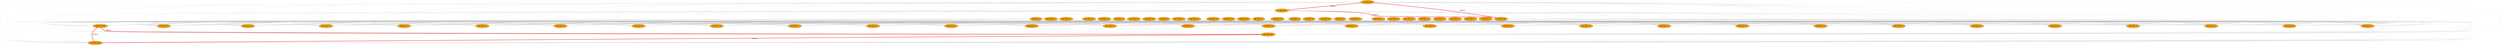
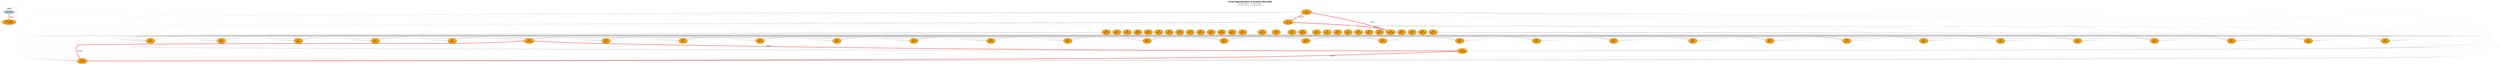
graph SystemicRisk {
+   graph [
+     label=<
+       <TABLE BORDER="0" CELLSPACING="0">
+         <TR><TD><B><FONT POINT-SIZE="18">Turán Supersaturation &amp; Systemic Risk Audit</FONT></B></TD></TR>
+         <TR><TD><FONT POINT-SIZE="12">Bipartite K(32,32) + 6 fraudulent edges</FONT></TD></TR>
+         <TR><TD><FONT POINT-SIZE="11" COLOR="gray40">Mantel Limit: ex(64, K₃) = 1024 | Risk Score: 1164</FONT></TD></TR>
+       </TABLE>
+     >
+     labelloc=t
+     fontname="Helvetica"
+   ];
  node [fontname="Helvetica", style=filled, fillcolor=lightblue];
-   0 [fillcolor=orange, label="N0 (Risk: 68)"];
-   1 [fillcolor=orange, label="N1 (Risk: 68)"];
-   2 [fillcolor=orange, label="N2 (Risk: 68)"];
-   3 [fillcolor=orange, label="N3 (Risk: 3)"];
-   4 [fillcolor=orange, label="N4 (Risk: 3)"];
-   5 [fillcolor=orange, label="N5 (Risk: 3)"];
-   6 [fillcolor=orange, label="N6 (Risk: 3)"];
-   7 [fillcolor=orange, label="N7 (Risk: 3)"];
-   8 [fillcolor=orange, label="N8 (Risk: 3)"];
-   9 [fillcolor=orange, label="N9 (Risk: 3)"];
-   10 [fillcolor=orange, label="N10 (Risk: 3)"];
-   11 [fillcolor=orange, label="N11 (Risk: 3)"];
-   12 [fillcolor=orange, label="N12 (Risk: 3)"];
-   13 [fillcolor=orange, label="N13 (Risk: 3)"];
-   14 [fillcolor=orange, label="N14 (Risk: 3)"];
-   15 [fillcolor=orange, label="N15 (Risk: 3)"];
-   16 [fillcolor=orange, label="N16 (Risk: 3)"];
-   17 [fillcolor=orange, label="N17 (Risk: 3)"];
-   18 [fillcolor=orange, label="N18 (Risk: 3)"];
-   19 [fillcolor=orange, label="N19 (Risk: 3)"];
-   20 [fillcolor=orange, label="N20 (Risk: 3)"];
-   21 [fillcolor=orange, label="N21 (Risk: 3)"];
-   22 [fillcolor=orange, label="N22 (Risk: 3)"];
-   23 [fillcolor=orange, label="N23 (Risk: 3)"];
-   24 [fillcolor=orange, label="N24 (Risk: 3)"];
-   25 [fillcolor=orange, label="N25 (Risk: 3)"];
-   26 [fillcolor=orange, label="N26 (Risk: 3)"];
-   27 [fillcolor=orange, label="N27 (Risk: 3)"];
-   28 [fillcolor=orange, label="N28 (Risk: 3)"];
-   29 [fillcolor=orange, label="N29 (Risk: 3)"];
-   30 [fillcolor=orange, label="N30 (Risk: 3)"];
-   31 [fillcolor=orange, label="N31 (Risk: 3)"];
-   32 [fillcolor=orange, label="N32 (Risk: 3)"];
-   33 [fillcolor=orange, label="N33 (Risk: 68)"];
-   34 [fillcolor=orange, label="N34 (Risk: 68)"];
-   35 [fillcolor=orange, label="N35 (Risk: 68)"];
-   36 [fillcolor=orange, label="N36 (Risk: 3)"];
-   37 [fillcolor=orange, label="N37 (Risk: 3)"];
-   38 [fillcolor=orange, label="N38 (Risk: 3)"];
-   39 [fillcolor=orange, label="N39 (Risk: 3)"];
-   40 [fillcolor=orange, label="N40 (Risk: 3)"];
-   41 [fillcolor=orange, label="N41 (Risk: 3)"];
-   42 [fillcolor=orange, label="N42 (Risk: 3)"];
-   43 [fillcolor=orange, label="N43 (Risk: 3)"];
-   44 [fillcolor=orange, label="N44 (Risk: 3)"];
-   45 [fillcolor=orange, label="N45 (Risk: 3)"];
-   46 [fillcolor=orange, label="N46 (Risk: 3)"];
-   47 [fillcolor=orange, label="N47 (Risk: 3)"];
-   48 [fillcolor=orange, label="N48 (Risk: 3)"];
-   49 [fillcolor=orange, label="N49 (Risk: 3)"];
-   50 [fillcolor=orange, label="N50 (Risk: 3)"];
-   51 [fillcolor=orange, label="N51 (Risk: 3)"];
-   52 [fillcolor=orange, label="N52 (Risk: 3)"];
-   53 [fillcolor=orange, label="N53 (Risk: 3)"];
-   54 [fillcolor=orange, label="N54 (Risk: 3)"];
-   55 [fillcolor=orange, label="N55 (Risk: 3)"];
-   56 [fillcolor=orange, label="N56 (Risk: 3)"];
-   57 [fillcolor=orange, label="N57 (Risk: 3)"];
-   58 [fillcolor=orange, label="N58 (Risk: 3)"];
-   59 [fillcolor=orange, label="N59 (Risk: 3)"];
-   60 [fillcolor=orange, label="N60 (Risk: 3)"];
-   61 [fillcolor=orange, label="N61 (Risk: 3)"];
-   62 [fillcolor=orange, label="N62 (Risk: 3)"];
-   63 [fillcolor=orange, label="N63 (Risk: 3)"];
+ 
+   subgraph cluster_legend {
+     label="Legend";
+     fontname="Helvetica";
+     style=dashed; color=gray60;
+     leg_safe [fillcolor=lightblue, label="Safe Node"];
+     leg_risk [fillcolor=orange, label="Risk Node\n(K₃ member)"];
+     leg_safe -- leg_risk [color=red, penwidth=3.0, label=" Fraud"];
+   }
+ 
+   0 [fillcolor=orange, label="N0\nRisk: 68"];
+   1 [fillcolor=orange, label="N1\nRisk: 68"];
+   2 [fillcolor=orange, label="N2\nRisk: 68"];
+   3 [fillcolor=orange, label="N3\nRisk: 3"];
+   4 [fillcolor=orange, label="N4\nRisk: 3"];
+   5 [fillcolor=orange, label="N5\nRisk: 3"];
+   6 [fillcolor=orange, label="N6\nRisk: 3"];
+   7 [fillcolor=orange, label="N7\nRisk: 3"];
+   8 [fillcolor=orange, label="N8\nRisk: 3"];
+   9 [fillcolor=orange, label="N9\nRisk: 3"];
+   10 [fillcolor=orange, label="N10\nRisk: 3"];
+   11 [fillcolor=orange, label="N11\nRisk: 3"];
+   12 [fillcolor=orange, label="N12\nRisk: 3"];
+   13 [fillcolor=orange, label="N13\nRisk: 3"];
+   14 [fillcolor=orange, label="N14\nRisk: 3"];
+   15 [fillcolor=orange, label="N15\nRisk: 3"];
+   16 [fillcolor=orange, label="N16\nRisk: 3"];
+   17 [fillcolor=orange, label="N17\nRisk: 3"];
+   18 [fillcolor=orange, label="N18\nRisk: 3"];
+   19 [fillcolor=orange, label="N19\nRisk: 3"];
+   20 [fillcolor=orange, label="N20\nRisk: 3"];
+   21 [fillcolor=orange, label="N21\nRisk: 3"];
+   22 [fillcolor=orange, label="N22\nRisk: 3"];
+   23 [fillcolor=orange, label="N23\nRisk: 3"];
+   24 [fillcolor=orange, label="N24\nRisk: 3"];
+   25 [fillcolor=orange, label="N25\nRisk: 3"];
+   26 [fillcolor=orange, label="N26\nRisk: 3"];
+   27 [fillcolor=orange, label="N27\nRisk: 3"];
+   28 [fillcolor=orange, label="N28\nRisk: 3"];
+   29 [fillcolor=orange, label="N29\nRisk: 3"];
+   30 [fillcolor=orange, label="N30\nRisk: 3"];
+   31 [fillcolor=orange, label="N31\nRisk: 3"];
+   32 [fillcolor=orange, label="N32\nRisk: 3"];
+   33 [fillcolor=orange, label="N33\nRisk: 68"];
+   34 [fillcolor=orange, label="N34\nRisk: 68"];
+   35 [fillcolor=orange, label="N35\nRisk: 68"];
+   36 [fillcolor=orange, label="N36\nRisk: 3"];
+   37 [fillcolor=orange, label="N37\nRisk: 3"];
+   38 [fillcolor=orange, label="N38\nRisk: 3"];
+   39 [fillcolor=orange, label="N39\nRisk: 3"];
+   40 [fillcolor=orange, label="N40\nRisk: 3"];
+   41 [fillcolor=orange, label="N41\nRisk: 3"];
+   42 [fillcolor=orange, label="N42\nRisk: 3"];
+   43 [fillcolor=orange, label="N43\nRisk: 3"];
+   44 [fillcolor=orange, label="N44\nRisk: 3"];
+   45 [fillcolor=orange, label="N45\nRisk: 3"];
+   46 [fillcolor=orange, label="N46\nRisk: 3"];
+   47 [fillcolor=orange, label="N47\nRisk: 3"];
+   48 [fillcolor=orange, label="N48\nRisk: 3"];
+   49 [fillcolor=orange, label="N49\nRisk: 3"];
+   50 [fillcolor=orange, label="N50\nRisk: 3"];
+   51 [fillcolor=orange, label="N51\nRisk: 3"];
+   52 [fillcolor=orange, label="N52\nRisk: 3"];
+   53 [fillcolor=orange, label="N53\nRisk: 3"];
+   54 [fillcolor=orange, label="N54\nRisk: 3"];
+   55 [fillcolor=orange, label="N55\nRisk: 3"];
+   56 [fillcolor=orange, label="N56\nRisk: 3"];
+   57 [fillcolor=orange, label="N57\nRisk: 3"];
+   58 [fillcolor=orange, label="N58\nRisk: 3"];
+   59 [fillcolor=orange, label="N59\nRisk: 3"];
+   60 [fillcolor=orange, label="N60\nRisk: 3"];
+   61 [fillcolor=orange, label="N61\nRisk: 3"];
+   62 [fillcolor=orange, label="N62\nRisk: 3"];
+   63 [fillcolor=orange, label="N63\nRisk: 3"];
  0 -- 1 [color=red, penwidth=3.0, label=" FRAUD"];
  0 -- 2 [color=red, penwidth=3.0, label=" FRAUD"];
  0 -- 32 [color=grey, penwidth=0.5];
  0 -- 33 [color=grey, penwidth=0.5];
  0 -- 34 [color=grey, penwidth=0.5];
  0 -- 35 [color=grey, penwidth=0.5];
  0 -- 36 [color=grey, penwidth=0.5];
  0 -- 37 [color=grey, penwidth=0.5];
  0 -- 38 [color=grey, penwidth=0.5];
  0 -- 39 [color=grey, penwidth=0.5];
  0 -- 40 [color=grey, penwidth=0.5];
  0 -- 41 [color=grey, penwidth=0.5];
  0 -- 42 [color=grey, penwidth=0.5];
  0 -- 43 [color=grey, penwidth=0.5];
  0 -- 44 [color=grey, penwidth=0.5];
  0 -- 45 [color=grey, penwidth=0.5];
  0 -- 46 [color=grey, penwidth=0.5];
  0 -- 47 [color=grey, penwidth=0.5];
  0 -- 48 [color=grey, penwidth=0.5];
  0 -- 49 [color=grey, penwidth=0.5];
  0 -- 50 [color=grey, penwidth=0.5];
  0 -- 51 [color=grey, penwidth=0.5];
  0 -- 52 [color=grey, penwidth=0.5];
  0 -- 53 [color=grey, penwidth=0.5];
  0 -- 54 [color=grey, penwidth=0.5];
  0 -- 55 [color=grey, penwidth=0.5];
  0 -- 56 [color=grey, penwidth=0.5];
  0 -- 57 [color=grey, penwidth=0.5];
  0 -- 58 [color=grey, penwidth=0.5];
  0 -- 59 [color=grey, penwidth=0.5];
  0 -- 60 [color=grey, penwidth=0.5];
  0 -- 61 [color=grey, penwidth=0.5];
  0 -- 62 [color=grey, penwidth=0.5];
  0 -- 63 [color=grey, penwidth=0.5];
  1 -- 2 [color=red, penwidth=3.0, label=" FRAUD"];
  1 -- 32 [color=grey, penwidth=0.5];
  1 -- 33 [color=grey, penwidth=0.5];
  1 -- 34 [color=grey, penwidth=0.5];
  1 -- 35 [color=grey, penwidth=0.5];
  1 -- 36 [color=grey, penwidth=0.5];
  1 -- 37 [color=grey, penwidth=0.5];
  1 -- 38 [color=grey, penwidth=0.5];
  1 -- 39 [color=grey, penwidth=0.5];
  1 -- 40 [color=grey, penwidth=0.5];
  1 -- 41 [color=grey, penwidth=0.5];
  1 -- 42 [color=grey, penwidth=0.5];
  1 -- 43 [color=grey, penwidth=0.5];
  1 -- 44 [color=grey, penwidth=0.5];
  1 -- 45 [color=grey, penwidth=0.5];
  1 -- 46 [color=grey, penwidth=0.5];
  1 -- 47 [color=grey, penwidth=0.5];
  1 -- 48 [color=grey, penwidth=0.5];
  1 -- 49 [color=grey, penwidth=0.5];
  1 -- 50 [color=grey, penwidth=0.5];
  1 -- 51 [color=grey, penwidth=0.5];
  1 -- 52 [color=grey, penwidth=0.5];
  1 -- 53 [color=grey, penwidth=0.5];
  1 -- 54 [color=grey, penwidth=0.5];
  1 -- 55 [color=grey, penwidth=0.5];
  1 -- 56 [color=grey, penwidth=0.5];
  1 -- 57 [color=grey, penwidth=0.5];
  1 -- 58 [color=grey, penwidth=0.5];
  1 -- 59 [color=grey, penwidth=0.5];
  1 -- 60 [color=grey, penwidth=0.5];
  1 -- 61 [color=grey, penwidth=0.5];
  1 -- 62 [color=grey, penwidth=0.5];
  1 -- 63 [color=grey, penwidth=0.5];
  2 -- 32 [color=grey, penwidth=0.5];
  2 -- 33 [color=grey, penwidth=0.5];
  2 -- 34 [color=grey, penwidth=0.5];
  2 -- 35 [color=grey, penwidth=0.5];
  2 -- 36 [color=grey, penwidth=0.5];
  2 -- 37 [color=grey, penwidth=0.5];
  2 -- 38 [color=grey, penwidth=0.5];
  2 -- 39 [color=grey, penwidth=0.5];
  2 -- 40 [color=grey, penwidth=0.5];
  2 -- 41 [color=grey, penwidth=0.5];
  2 -- 42 [color=grey, penwidth=0.5];
  2 -- 43 [color=grey, penwidth=0.5];
  2 -- 44 [color=grey, penwidth=0.5];
  2 -- 45 [color=grey, penwidth=0.5];
  2 -- 46 [color=grey, penwidth=0.5];
  2 -- 47 [color=grey, penwidth=0.5];
  2 -- 48 [color=grey, penwidth=0.5];
  2 -- 49 [color=grey, penwidth=0.5];
  2 -- 50 [color=grey, penwidth=0.5];
  2 -- 51 [color=grey, penwidth=0.5];
  2 -- 52 [color=grey, penwidth=0.5];
  2 -- 53 [color=grey, penwidth=0.5];
  2 -- 54 [color=grey, penwidth=0.5];
  2 -- 55 [color=grey, penwidth=0.5];
  2 -- 56 [color=grey, penwidth=0.5];
  2 -- 57 [color=grey, penwidth=0.5];
  2 -- 58 [color=grey, penwidth=0.5];
  2 -- 59 [color=grey, penwidth=0.5];
  2 -- 60 [color=grey, penwidth=0.5];
  2 -- 61 [color=grey, penwidth=0.5];
  2 -- 62 [color=grey, penwidth=0.5];
  2 -- 63 [color=grey, penwidth=0.5];
  3 -- 32 [color=grey, penwidth=0.5];
  3 -- 33 [color=grey, penwidth=0.5];
  3 -- 34 [color=grey, penwidth=0.5];
  3 -- 35 [color=grey, penwidth=0.5];
  3 -- 36 [color=grey, penwidth=0.5];
  3 -- 37 [color=grey, penwidth=0.5];
  3 -- 38 [color=grey, penwidth=0.5];
  3 -- 39 [color=grey, penwidth=0.5];
  3 -- 40 [color=grey, penwidth=0.5];
  3 -- 41 [color=grey, penwidth=0.5];
  3 -- 42 [color=grey, penwidth=0.5];
  3 -- 43 [color=grey, penwidth=0.5];
  3 -- 44 [color=grey, penwidth=0.5];
  3 -- 45 [color=grey, penwidth=0.5];
  3 -- 46 [color=grey, penwidth=0.5];
  3 -- 47 [color=grey, penwidth=0.5];
  3 -- 48 [color=grey, penwidth=0.5];
  3 -- 49 [color=grey, penwidth=0.5];
  3 -- 50 [color=grey, penwidth=0.5];
  3 -- 51 [color=grey, penwidth=0.5];
  3 -- 52 [color=grey, penwidth=0.5];
  3 -- 53 [color=grey, penwidth=0.5];
  3 -- 54 [color=grey, penwidth=0.5];
  3 -- 55 [color=grey, penwidth=0.5];
  3 -- 56 [color=grey, penwidth=0.5];
  3 -- 57 [color=grey, penwidth=0.5];
  3 -- 58 [color=grey, penwidth=0.5];
  3 -- 59 [color=grey, penwidth=0.5];
  3 -- 60 [color=grey, penwidth=0.5];
  3 -- 61 [color=grey, penwidth=0.5];
  3 -- 62 [color=grey, penwidth=0.5];
  3 -- 63 [color=grey, penwidth=0.5];
  4 -- 32 [color=grey, penwidth=0.5];
  4 -- 33 [color=grey, penwidth=0.5];
  4 -- 34 [color=grey, penwidth=0.5];
  4 -- 35 [color=grey, penwidth=0.5];
  4 -- 36 [color=grey, penwidth=0.5];
  4 -- 37 [color=grey, penwidth=0.5];
  4 -- 38 [color=grey, penwidth=0.5];
  4 -- 39 [color=grey, penwidth=0.5];
  4 -- 40 [color=grey, penwidth=0.5];
  4 -- 41 [color=grey, penwidth=0.5];
  4 -- 42 [color=grey, penwidth=0.5];
  4 -- 43 [color=grey, penwidth=0.5];
  4 -- 44 [color=grey, penwidth=0.5];
  4 -- 45 [color=grey, penwidth=0.5];
  4 -- 46 [color=grey, penwidth=0.5];
  4 -- 47 [color=grey, penwidth=0.5];
  4 -- 48 [color=grey, penwidth=0.5];
  4 -- 49 [color=grey, penwidth=0.5];
  4 -- 50 [color=grey, penwidth=0.5];
  4 -- 51 [color=grey, penwidth=0.5];
  4 -- 52 [color=grey, penwidth=0.5];
  4 -- 53 [color=grey, penwidth=0.5];
  4 -- 54 [color=grey, penwidth=0.5];
  4 -- 55 [color=grey, penwidth=0.5];
  4 -- 56 [color=grey, penwidth=0.5];
  4 -- 57 [color=grey, penwidth=0.5];
  4 -- 58 [color=grey, penwidth=0.5];
  4 -- 59 [color=grey, penwidth=0.5];
  4 -- 60 [color=grey, penwidth=0.5];
  4 -- 61 [color=grey, penwidth=0.5];
  4 -- 62 [color=grey, penwidth=0.5];
  4 -- 63 [color=grey, penwidth=0.5];
  5 -- 32 [color=grey, penwidth=0.5];
  5 -- 33 [color=grey, penwidth=0.5];
  5 -- 34 [color=grey, penwidth=0.5];
  5 -- 35 [color=grey, penwidth=0.5];
  5 -- 36 [color=grey, penwidth=0.5];
  5 -- 37 [color=grey, penwidth=0.5];
  5 -- 38 [color=grey, penwidth=0.5];
  5 -- 39 [color=grey, penwidth=0.5];
  5 -- 40 [color=grey, penwidth=0.5];
  5 -- 41 [color=grey, penwidth=0.5];
  5 -- 42 [color=grey, penwidth=0.5];
  5 -- 43 [color=grey, penwidth=0.5];
  5 -- 44 [color=grey, penwidth=0.5];
  5 -- 45 [color=grey, penwidth=0.5];
  5 -- 46 [color=grey, penwidth=0.5];
  5 -- 47 [color=grey, penwidth=0.5];
  5 -- 48 [color=grey, penwidth=0.5];
  5 -- 49 [color=grey, penwidth=0.5];
  5 -- 50 [color=grey, penwidth=0.5];
  5 -- 51 [color=grey, penwidth=0.5];
  5 -- 52 [color=grey, penwidth=0.5];
  5 -- 53 [color=grey, penwidth=0.5];
  5 -- 54 [color=grey, penwidth=0.5];
  5 -- 55 [color=grey, penwidth=0.5];
  5 -- 56 [color=grey, penwidth=0.5];
  5 -- 57 [color=grey, penwidth=0.5];
  5 -- 58 [color=grey, penwidth=0.5];
  5 -- 59 [color=grey, penwidth=0.5];
  5 -- 60 [color=grey, penwidth=0.5];
  5 -- 61 [color=grey, penwidth=0.5];
  5 -- 62 [color=grey, penwidth=0.5];
  5 -- 63 [color=grey, penwidth=0.5];
  6 -- 32 [color=grey, penwidth=0.5];
  6 -- 33 [color=grey, penwidth=0.5];
  6 -- 34 [color=grey, penwidth=0.5];
  6 -- 35 [color=grey, penwidth=0.5];
  6 -- 36 [color=grey, penwidth=0.5];
  6 -- 37 [color=grey, penwidth=0.5];
  6 -- 38 [color=grey, penwidth=0.5];
  6 -- 39 [color=grey, penwidth=0.5];
  6 -- 40 [color=grey, penwidth=0.5];
  6 -- 41 [color=grey, penwidth=0.5];
  6 -- 42 [color=grey, penwidth=0.5];
  6 -- 43 [color=grey, penwidth=0.5];
  6 -- 44 [color=grey, penwidth=0.5];
  6 -- 45 [color=grey, penwidth=0.5];
  6 -- 46 [color=grey, penwidth=0.5];
  6 -- 47 [color=grey, penwidth=0.5];
  6 -- 48 [color=grey, penwidth=0.5];
  6 -- 49 [color=grey, penwidth=0.5];
  6 -- 50 [color=grey, penwidth=0.5];
  6 -- 51 [color=grey, penwidth=0.5];
  6 -- 52 [color=grey, penwidth=0.5];
  6 -- 53 [color=grey, penwidth=0.5];
  6 -- 54 [color=grey, penwidth=0.5];
  6 -- 55 [color=grey, penwidth=0.5];
  6 -- 56 [color=grey, penwidth=0.5];
  6 -- 57 [color=grey, penwidth=0.5];
  6 -- 58 [color=grey, penwidth=0.5];
  6 -- 59 [color=grey, penwidth=0.5];
  6 -- 60 [color=grey, penwidth=0.5];
  6 -- 61 [color=grey, penwidth=0.5];
  6 -- 62 [color=grey, penwidth=0.5];
  6 -- 63 [color=grey, penwidth=0.5];
  7 -- 32 [color=grey, penwidth=0.5];
  7 -- 33 [color=grey, penwidth=0.5];
  7 -- 34 [color=grey, penwidth=0.5];
  7 -- 35 [color=grey, penwidth=0.5];
  7 -- 36 [color=grey, penwidth=0.5];
  7 -- 37 [color=grey, penwidth=0.5];
  7 -- 38 [color=grey, penwidth=0.5];
  7 -- 39 [color=grey, penwidth=0.5];
  7 -- 40 [color=grey, penwidth=0.5];
  7 -- 41 [color=grey, penwidth=0.5];
  7 -- 42 [color=grey, penwidth=0.5];
  7 -- 43 [color=grey, penwidth=0.5];
  7 -- 44 [color=grey, penwidth=0.5];
  7 -- 45 [color=grey, penwidth=0.5];
  7 -- 46 [color=grey, penwidth=0.5];
  7 -- 47 [color=grey, penwidth=0.5];
  7 -- 48 [color=grey, penwidth=0.5];
  7 -- 49 [color=grey, penwidth=0.5];
  7 -- 50 [color=grey, penwidth=0.5];
  7 -- 51 [color=grey, penwidth=0.5];
  7 -- 52 [color=grey, penwidth=0.5];
  7 -- 53 [color=grey, penwidth=0.5];
  7 -- 54 [color=grey, penwidth=0.5];
  7 -- 55 [color=grey, penwidth=0.5];
  7 -- 56 [color=grey, penwidth=0.5];
  7 -- 57 [color=grey, penwidth=0.5];
  7 -- 58 [color=grey, penwidth=0.5];
  7 -- 59 [color=grey, penwidth=0.5];
  7 -- 60 [color=grey, penwidth=0.5];
  7 -- 61 [color=grey, penwidth=0.5];
  7 -- 62 [color=grey, penwidth=0.5];
  7 -- 63 [color=grey, penwidth=0.5];
  8 -- 32 [color=grey, penwidth=0.5];
  8 -- 33 [color=grey, penwidth=0.5];
  8 -- 34 [color=grey, penwidth=0.5];
  8 -- 35 [color=grey, penwidth=0.5];
  8 -- 36 [color=grey, penwidth=0.5];
  8 -- 37 [color=grey, penwidth=0.5];
  8 -- 38 [color=grey, penwidth=0.5];
  8 -- 39 [color=grey, penwidth=0.5];
  8 -- 40 [color=grey, penwidth=0.5];
  8 -- 41 [color=grey, penwidth=0.5];
  8 -- 42 [color=grey, penwidth=0.5];
  8 -- 43 [color=grey, penwidth=0.5];
  8 -- 44 [color=grey, penwidth=0.5];
  8 -- 45 [color=grey, penwidth=0.5];
  8 -- 46 [color=grey, penwidth=0.5];
  8 -- 47 [color=grey, penwidth=0.5];
  8 -- 48 [color=grey, penwidth=0.5];
  8 -- 49 [color=grey, penwidth=0.5];
  8 -- 50 [color=grey, penwidth=0.5];
  8 -- 51 [color=grey, penwidth=0.5];
  8 -- 52 [color=grey, penwidth=0.5];
  8 -- 53 [color=grey, penwidth=0.5];
  8 -- 54 [color=grey, penwidth=0.5];
  8 -- 55 [color=grey, penwidth=0.5];
  8 -- 56 [color=grey, penwidth=0.5];
  8 -- 57 [color=grey, penwidth=0.5];
  8 -- 58 [color=grey, penwidth=0.5];
  8 -- 59 [color=grey, penwidth=0.5];
  8 -- 60 [color=grey, penwidth=0.5];
  8 -- 61 [color=grey, penwidth=0.5];
  8 -- 62 [color=grey, penwidth=0.5];
  8 -- 63 [color=grey, penwidth=0.5];
  9 -- 32 [color=grey, penwidth=0.5];
  9 -- 33 [color=grey, penwidth=0.5];
  9 -- 34 [color=grey, penwidth=0.5];
  9 -- 35 [color=grey, penwidth=0.5];
  9 -- 36 [color=grey, penwidth=0.5];
  9 -- 37 [color=grey, penwidth=0.5];
  9 -- 38 [color=grey, penwidth=0.5];
  9 -- 39 [color=grey, penwidth=0.5];
  9 -- 40 [color=grey, penwidth=0.5];
  9 -- 41 [color=grey, penwidth=0.5];
  9 -- 42 [color=grey, penwidth=0.5];
  9 -- 43 [color=grey, penwidth=0.5];
  9 -- 44 [color=grey, penwidth=0.5];
  9 -- 45 [color=grey, penwidth=0.5];
  9 -- 46 [color=grey, penwidth=0.5];
  9 -- 47 [color=grey, penwidth=0.5];
  9 -- 48 [color=grey, penwidth=0.5];
  9 -- 49 [color=grey, penwidth=0.5];
  9 -- 50 [color=grey, penwidth=0.5];
  9 -- 51 [color=grey, penwidth=0.5];
  9 -- 52 [color=grey, penwidth=0.5];
  9 -- 53 [color=grey, penwidth=0.5];
  9 -- 54 [color=grey, penwidth=0.5];
  9 -- 55 [color=grey, penwidth=0.5];
  9 -- 56 [color=grey, penwidth=0.5];
  9 -- 57 [color=grey, penwidth=0.5];
  9 -- 58 [color=grey, penwidth=0.5];
  9 -- 59 [color=grey, penwidth=0.5];
  9 -- 60 [color=grey, penwidth=0.5];
  9 -- 61 [color=grey, penwidth=0.5];
  9 -- 62 [color=grey, penwidth=0.5];
  9 -- 63 [color=grey, penwidth=0.5];
  10 -- 32 [color=grey, penwidth=0.5];
  10 -- 33 [color=grey, penwidth=0.5];
  10 -- 34 [color=grey, penwidth=0.5];
  10 -- 35 [color=grey, penwidth=0.5];
  10 -- 36 [color=grey, penwidth=0.5];
  10 -- 37 [color=grey, penwidth=0.5];
  10 -- 38 [color=grey, penwidth=0.5];
  10 -- 39 [color=grey, penwidth=0.5];
  10 -- 40 [color=grey, penwidth=0.5];
  10 -- 41 [color=grey, penwidth=0.5];
  10 -- 42 [color=grey, penwidth=0.5];
  10 -- 43 [color=grey, penwidth=0.5];
  10 -- 44 [color=grey, penwidth=0.5];
  10 -- 45 [color=grey, penwidth=0.5];
  10 -- 46 [color=grey, penwidth=0.5];
  10 -- 47 [color=grey, penwidth=0.5];
  10 -- 48 [color=grey, penwidth=0.5];
  10 -- 49 [color=grey, penwidth=0.5];
  10 -- 50 [color=grey, penwidth=0.5];
  10 -- 51 [color=grey, penwidth=0.5];
  10 -- 52 [color=grey, penwidth=0.5];
  10 -- 53 [color=grey, penwidth=0.5];
  10 -- 54 [color=grey, penwidth=0.5];
  10 -- 55 [color=grey, penwidth=0.5];
  10 -- 56 [color=grey, penwidth=0.5];
  10 -- 57 [color=grey, penwidth=0.5];
  10 -- 58 [color=grey, penwidth=0.5];
  10 -- 59 [color=grey, penwidth=0.5];
  10 -- 60 [color=grey, penwidth=0.5];
  10 -- 61 [color=grey, penwidth=0.5];
  10 -- 62 [color=grey, penwidth=0.5];
  10 -- 63 [color=grey, penwidth=0.5];
  11 -- 32 [color=grey, penwidth=0.5];
  11 -- 33 [color=grey, penwidth=0.5];
  11 -- 34 [color=grey, penwidth=0.5];
  11 -- 35 [color=grey, penwidth=0.5];
  11 -- 36 [color=grey, penwidth=0.5];
  11 -- 37 [color=grey, penwidth=0.5];
  11 -- 38 [color=grey, penwidth=0.5];
  11 -- 39 [color=grey, penwidth=0.5];
  11 -- 40 [color=grey, penwidth=0.5];
  11 -- 41 [color=grey, penwidth=0.5];
  11 -- 42 [color=grey, penwidth=0.5];
  11 -- 43 [color=grey, penwidth=0.5];
  11 -- 44 [color=grey, penwidth=0.5];
  11 -- 45 [color=grey, penwidth=0.5];
  11 -- 46 [color=grey, penwidth=0.5];
  11 -- 47 [color=grey, penwidth=0.5];
  11 -- 48 [color=grey, penwidth=0.5];
  11 -- 49 [color=grey, penwidth=0.5];
  11 -- 50 [color=grey, penwidth=0.5];
  11 -- 51 [color=grey, penwidth=0.5];
  11 -- 52 [color=grey, penwidth=0.5];
  11 -- 53 [color=grey, penwidth=0.5];
  11 -- 54 [color=grey, penwidth=0.5];
  11 -- 55 [color=grey, penwidth=0.5];
  11 -- 56 [color=grey, penwidth=0.5];
  11 -- 57 [color=grey, penwidth=0.5];
  11 -- 58 [color=grey, penwidth=0.5];
  11 -- 59 [color=grey, penwidth=0.5];
  11 -- 60 [color=grey, penwidth=0.5];
  11 -- 61 [color=grey, penwidth=0.5];
  11 -- 62 [color=grey, penwidth=0.5];
  11 -- 63 [color=grey, penwidth=0.5];
  12 -- 32 [color=grey, penwidth=0.5];
  12 -- 33 [color=grey, penwidth=0.5];
  12 -- 34 [color=grey, penwidth=0.5];
  12 -- 35 [color=grey, penwidth=0.5];
  12 -- 36 [color=grey, penwidth=0.5];
  12 -- 37 [color=grey, penwidth=0.5];
  12 -- 38 [color=grey, penwidth=0.5];
  12 -- 39 [color=grey, penwidth=0.5];
  12 -- 40 [color=grey, penwidth=0.5];
  12 -- 41 [color=grey, penwidth=0.5];
  12 -- 42 [color=grey, penwidth=0.5];
  12 -- 43 [color=grey, penwidth=0.5];
  12 -- 44 [color=grey, penwidth=0.5];
  12 -- 45 [color=grey, penwidth=0.5];
  12 -- 46 [color=grey, penwidth=0.5];
  12 -- 47 [color=grey, penwidth=0.5];
  12 -- 48 [color=grey, penwidth=0.5];
  12 -- 49 [color=grey, penwidth=0.5];
  12 -- 50 [color=grey, penwidth=0.5];
  12 -- 51 [color=grey, penwidth=0.5];
  12 -- 52 [color=grey, penwidth=0.5];
  12 -- 53 [color=grey, penwidth=0.5];
  12 -- 54 [color=grey, penwidth=0.5];
  12 -- 55 [color=grey, penwidth=0.5];
  12 -- 56 [color=grey, penwidth=0.5];
  12 -- 57 [color=grey, penwidth=0.5];
  12 -- 58 [color=grey, penwidth=0.5];
  12 -- 59 [color=grey, penwidth=0.5];
  12 -- 60 [color=grey, penwidth=0.5];
  12 -- 61 [color=grey, penwidth=0.5];
  12 -- 62 [color=grey, penwidth=0.5];
  12 -- 63 [color=grey, penwidth=0.5];
  13 -- 32 [color=grey, penwidth=0.5];
  13 -- 33 [color=grey, penwidth=0.5];
  13 -- 34 [color=grey, penwidth=0.5];
  13 -- 35 [color=grey, penwidth=0.5];
  13 -- 36 [color=grey, penwidth=0.5];
  13 -- 37 [color=grey, penwidth=0.5];
  13 -- 38 [color=grey, penwidth=0.5];
  13 -- 39 [color=grey, penwidth=0.5];
  13 -- 40 [color=grey, penwidth=0.5];
  13 -- 41 [color=grey, penwidth=0.5];
  13 -- 42 [color=grey, penwidth=0.5];
  13 -- 43 [color=grey, penwidth=0.5];
  13 -- 44 [color=grey, penwidth=0.5];
  13 -- 45 [color=grey, penwidth=0.5];
  13 -- 46 [color=grey, penwidth=0.5];
  13 -- 47 [color=grey, penwidth=0.5];
  13 -- 48 [color=grey, penwidth=0.5];
  13 -- 49 [color=grey, penwidth=0.5];
  13 -- 50 [color=grey, penwidth=0.5];
  13 -- 51 [color=grey, penwidth=0.5];
  13 -- 52 [color=grey, penwidth=0.5];
  13 -- 53 [color=grey, penwidth=0.5];
  13 -- 54 [color=grey, penwidth=0.5];
  13 -- 55 [color=grey, penwidth=0.5];
  13 -- 56 [color=grey, penwidth=0.5];
  13 -- 57 [color=grey, penwidth=0.5];
  13 -- 58 [color=grey, penwidth=0.5];
  13 -- 59 [color=grey, penwidth=0.5];
  13 -- 60 [color=grey, penwidth=0.5];
  13 -- 61 [color=grey, penwidth=0.5];
  13 -- 62 [color=grey, penwidth=0.5];
  13 -- 63 [color=grey, penwidth=0.5];
  14 -- 32 [color=grey, penwidth=0.5];
  14 -- 33 [color=grey, penwidth=0.5];
  14 -- 34 [color=grey, penwidth=0.5];
  14 -- 35 [color=grey, penwidth=0.5];
  14 -- 36 [color=grey, penwidth=0.5];
  14 -- 37 [color=grey, penwidth=0.5];
  14 -- 38 [color=grey, penwidth=0.5];
  14 -- 39 [color=grey, penwidth=0.5];
  14 -- 40 [color=grey, penwidth=0.5];
  14 -- 41 [color=grey, penwidth=0.5];
  14 -- 42 [color=grey, penwidth=0.5];
  14 -- 43 [color=grey, penwidth=0.5];
  14 -- 44 [color=grey, penwidth=0.5];
  14 -- 45 [color=grey, penwidth=0.5];
  14 -- 46 [color=grey, penwidth=0.5];
  14 -- 47 [color=grey, penwidth=0.5];
  14 -- 48 [color=grey, penwidth=0.5];
  14 -- 49 [color=grey, penwidth=0.5];
  14 -- 50 [color=grey, penwidth=0.5];
  14 -- 51 [color=grey, penwidth=0.5];
  14 -- 52 [color=grey, penwidth=0.5];
  14 -- 53 [color=grey, penwidth=0.5];
  14 -- 54 [color=grey, penwidth=0.5];
  14 -- 55 [color=grey, penwidth=0.5];
  14 -- 56 [color=grey, penwidth=0.5];
  14 -- 57 [color=grey, penwidth=0.5];
  14 -- 58 [color=grey, penwidth=0.5];
  14 -- 59 [color=grey, penwidth=0.5];
  14 -- 60 [color=grey, penwidth=0.5];
  14 -- 61 [color=grey, penwidth=0.5];
  14 -- 62 [color=grey, penwidth=0.5];
  14 -- 63 [color=grey, penwidth=0.5];
  15 -- 32 [color=grey, penwidth=0.5];
  15 -- 33 [color=grey, penwidth=0.5];
  15 -- 34 [color=grey, penwidth=0.5];
  15 -- 35 [color=grey, penwidth=0.5];
  15 -- 36 [color=grey, penwidth=0.5];
  15 -- 37 [color=grey, penwidth=0.5];
  15 -- 38 [color=grey, penwidth=0.5];
  15 -- 39 [color=grey, penwidth=0.5];
  15 -- 40 [color=grey, penwidth=0.5];
  15 -- 41 [color=grey, penwidth=0.5];
  15 -- 42 [color=grey, penwidth=0.5];
  15 -- 43 [color=grey, penwidth=0.5];
  15 -- 44 [color=grey, penwidth=0.5];
  15 -- 45 [color=grey, penwidth=0.5];
  15 -- 46 [color=grey, penwidth=0.5];
  15 -- 47 [color=grey, penwidth=0.5];
  15 -- 48 [color=grey, penwidth=0.5];
  15 -- 49 [color=grey, penwidth=0.5];
  15 -- 50 [color=grey, penwidth=0.5];
  15 -- 51 [color=grey, penwidth=0.5];
  15 -- 52 [color=grey, penwidth=0.5];
  15 -- 53 [color=grey, penwidth=0.5];
  15 -- 54 [color=grey, penwidth=0.5];
  15 -- 55 [color=grey, penwidth=0.5];
  15 -- 56 [color=grey, penwidth=0.5];
  15 -- 57 [color=grey, penwidth=0.5];
  15 -- 58 [color=grey, penwidth=0.5];
  15 -- 59 [color=grey, penwidth=0.5];
  15 -- 60 [color=grey, penwidth=0.5];
  15 -- 61 [color=grey, penwidth=0.5];
  15 -- 62 [color=grey, penwidth=0.5];
  15 -- 63 [color=grey, penwidth=0.5];
  16 -- 32 [color=grey, penwidth=0.5];
  16 -- 33 [color=grey, penwidth=0.5];
  16 -- 34 [color=grey, penwidth=0.5];
  16 -- 35 [color=grey, penwidth=0.5];
  16 -- 36 [color=grey, penwidth=0.5];
  16 -- 37 [color=grey, penwidth=0.5];
  16 -- 38 [color=grey, penwidth=0.5];
  16 -- 39 [color=grey, penwidth=0.5];
  16 -- 40 [color=grey, penwidth=0.5];
  16 -- 41 [color=grey, penwidth=0.5];
  16 -- 42 [color=grey, penwidth=0.5];
  16 -- 43 [color=grey, penwidth=0.5];
  16 -- 44 [color=grey, penwidth=0.5];
  16 -- 45 [color=grey, penwidth=0.5];
  16 -- 46 [color=grey, penwidth=0.5];
  16 -- 47 [color=grey, penwidth=0.5];
  16 -- 48 [color=grey, penwidth=0.5];
  16 -- 49 [color=grey, penwidth=0.5];
  16 -- 50 [color=grey, penwidth=0.5];
  16 -- 51 [color=grey, penwidth=0.5];
  16 -- 52 [color=grey, penwidth=0.5];
  16 -- 53 [color=grey, penwidth=0.5];
  16 -- 54 [color=grey, penwidth=0.5];
  16 -- 55 [color=grey, penwidth=0.5];
  16 -- 56 [color=grey, penwidth=0.5];
  16 -- 57 [color=grey, penwidth=0.5];
  16 -- 58 [color=grey, penwidth=0.5];
  16 -- 59 [color=grey, penwidth=0.5];
  16 -- 60 [color=grey, penwidth=0.5];
  16 -- 61 [color=grey, penwidth=0.5];
  16 -- 62 [color=grey, penwidth=0.5];
  16 -- 63 [color=grey, penwidth=0.5];
  17 -- 32 [color=grey, penwidth=0.5];
  17 -- 33 [color=grey, penwidth=0.5];
  17 -- 34 [color=grey, penwidth=0.5];
  17 -- 35 [color=grey, penwidth=0.5];
  17 -- 36 [color=grey, penwidth=0.5];
  17 -- 37 [color=grey, penwidth=0.5];
  17 -- 38 [color=grey, penwidth=0.5];
  17 -- 39 [color=grey, penwidth=0.5];
  17 -- 40 [color=grey, penwidth=0.5];
  17 -- 41 [color=grey, penwidth=0.5];
  17 -- 42 [color=grey, penwidth=0.5];
  17 -- 43 [color=grey, penwidth=0.5];
  17 -- 44 [color=grey, penwidth=0.5];
  17 -- 45 [color=grey, penwidth=0.5];
  17 -- 46 [color=grey, penwidth=0.5];
  17 -- 47 [color=grey, penwidth=0.5];
  17 -- 48 [color=grey, penwidth=0.5];
  17 -- 49 [color=grey, penwidth=0.5];
  17 -- 50 [color=grey, penwidth=0.5];
  17 -- 51 [color=grey, penwidth=0.5];
  17 -- 52 [color=grey, penwidth=0.5];
  17 -- 53 [color=grey, penwidth=0.5];
  17 -- 54 [color=grey, penwidth=0.5];
  17 -- 55 [color=grey, penwidth=0.5];
  17 -- 56 [color=grey, penwidth=0.5];
  17 -- 57 [color=grey, penwidth=0.5];
  17 -- 58 [color=grey, penwidth=0.5];
  17 -- 59 [color=grey, penwidth=0.5];
  17 -- 60 [color=grey, penwidth=0.5];
  17 -- 61 [color=grey, penwidth=0.5];
  17 -- 62 [color=grey, penwidth=0.5];
  17 -- 63 [color=grey, penwidth=0.5];
  18 -- 32 [color=grey, penwidth=0.5];
  18 -- 33 [color=grey, penwidth=0.5];
  18 -- 34 [color=grey, penwidth=0.5];
  18 -- 35 [color=grey, penwidth=0.5];
  18 -- 36 [color=grey, penwidth=0.5];
  18 -- 37 [color=grey, penwidth=0.5];
  18 -- 38 [color=grey, penwidth=0.5];
  18 -- 39 [color=grey, penwidth=0.5];
  18 -- 40 [color=grey, penwidth=0.5];
  18 -- 41 [color=grey, penwidth=0.5];
  18 -- 42 [color=grey, penwidth=0.5];
  18 -- 43 [color=grey, penwidth=0.5];
  18 -- 44 [color=grey, penwidth=0.5];
  18 -- 45 [color=grey, penwidth=0.5];
  18 -- 46 [color=grey, penwidth=0.5];
  18 -- 47 [color=grey, penwidth=0.5];
  18 -- 48 [color=grey, penwidth=0.5];
  18 -- 49 [color=grey, penwidth=0.5];
  18 -- 50 [color=grey, penwidth=0.5];
  18 -- 51 [color=grey, penwidth=0.5];
  18 -- 52 [color=grey, penwidth=0.5];
  18 -- 53 [color=grey, penwidth=0.5];
  18 -- 54 [color=grey, penwidth=0.5];
  18 -- 55 [color=grey, penwidth=0.5];
  18 -- 56 [color=grey, penwidth=0.5];
  18 -- 57 [color=grey, penwidth=0.5];
  18 -- 58 [color=grey, penwidth=0.5];
  18 -- 59 [color=grey, penwidth=0.5];
  18 -- 60 [color=grey, penwidth=0.5];
  18 -- 61 [color=grey, penwidth=0.5];
  18 -- 62 [color=grey, penwidth=0.5];
  18 -- 63 [color=grey, penwidth=0.5];
  19 -- 32 [color=grey, penwidth=0.5];
  19 -- 33 [color=grey, penwidth=0.5];
  19 -- 34 [color=grey, penwidth=0.5];
  19 -- 35 [color=grey, penwidth=0.5];
  19 -- 36 [color=grey, penwidth=0.5];
  19 -- 37 [color=grey, penwidth=0.5];
  19 -- 38 [color=grey, penwidth=0.5];
  19 -- 39 [color=grey, penwidth=0.5];
  19 -- 40 [color=grey, penwidth=0.5];
  19 -- 41 [color=grey, penwidth=0.5];
  19 -- 42 [color=grey, penwidth=0.5];
  19 -- 43 [color=grey, penwidth=0.5];
  19 -- 44 [color=grey, penwidth=0.5];
  19 -- 45 [color=grey, penwidth=0.5];
  19 -- 46 [color=grey, penwidth=0.5];
  19 -- 47 [color=grey, penwidth=0.5];
  19 -- 48 [color=grey, penwidth=0.5];
  19 -- 49 [color=grey, penwidth=0.5];
  19 -- 50 [color=grey, penwidth=0.5];
  19 -- 51 [color=grey, penwidth=0.5];
  19 -- 52 [color=grey, penwidth=0.5];
  19 -- 53 [color=grey, penwidth=0.5];
  19 -- 54 [color=grey, penwidth=0.5];
  19 -- 55 [color=grey, penwidth=0.5];
  19 -- 56 [color=grey, penwidth=0.5];
  19 -- 57 [color=grey, penwidth=0.5];
  19 -- 58 [color=grey, penwidth=0.5];
  19 -- 59 [color=grey, penwidth=0.5];
  19 -- 60 [color=grey, penwidth=0.5];
  19 -- 61 [color=grey, penwidth=0.5];
  19 -- 62 [color=grey, penwidth=0.5];
  19 -- 63 [color=grey, penwidth=0.5];
  20 -- 32 [color=grey, penwidth=0.5];
  20 -- 33 [color=grey, penwidth=0.5];
  20 -- 34 [color=grey, penwidth=0.5];
  20 -- 35 [color=grey, penwidth=0.5];
  20 -- 36 [color=grey, penwidth=0.5];
  20 -- 37 [color=grey, penwidth=0.5];
  20 -- 38 [color=grey, penwidth=0.5];
  20 -- 39 [color=grey, penwidth=0.5];
  20 -- 40 [color=grey, penwidth=0.5];
  20 -- 41 [color=grey, penwidth=0.5];
  20 -- 42 [color=grey, penwidth=0.5];
  20 -- 43 [color=grey, penwidth=0.5];
  20 -- 44 [color=grey, penwidth=0.5];
  20 -- 45 [color=grey, penwidth=0.5];
  20 -- 46 [color=grey, penwidth=0.5];
  20 -- 47 [color=grey, penwidth=0.5];
  20 -- 48 [color=grey, penwidth=0.5];
  20 -- 49 [color=grey, penwidth=0.5];
  20 -- 50 [color=grey, penwidth=0.5];
  20 -- 51 [color=grey, penwidth=0.5];
  20 -- 52 [color=grey, penwidth=0.5];
  20 -- 53 [color=grey, penwidth=0.5];
  20 -- 54 [color=grey, penwidth=0.5];
  20 -- 55 [color=grey, penwidth=0.5];
  20 -- 56 [color=grey, penwidth=0.5];
  20 -- 57 [color=grey, penwidth=0.5];
  20 -- 58 [color=grey, penwidth=0.5];
  20 -- 59 [color=grey, penwidth=0.5];
  20 -- 60 [color=grey, penwidth=0.5];
  20 -- 61 [color=grey, penwidth=0.5];
  20 -- 62 [color=grey, penwidth=0.5];
  20 -- 63 [color=grey, penwidth=0.5];
  21 -- 32 [color=grey, penwidth=0.5];
  21 -- 33 [color=grey, penwidth=0.5];
  21 -- 34 [color=grey, penwidth=0.5];
  21 -- 35 [color=grey, penwidth=0.5];
  21 -- 36 [color=grey, penwidth=0.5];
  21 -- 37 [color=grey, penwidth=0.5];
  21 -- 38 [color=grey, penwidth=0.5];
  21 -- 39 [color=grey, penwidth=0.5];
  21 -- 40 [color=grey, penwidth=0.5];
  21 -- 41 [color=grey, penwidth=0.5];
  21 -- 42 [color=grey, penwidth=0.5];
  21 -- 43 [color=grey, penwidth=0.5];
  21 -- 44 [color=grey, penwidth=0.5];
  21 -- 45 [color=grey, penwidth=0.5];
  21 -- 46 [color=grey, penwidth=0.5];
  21 -- 47 [color=grey, penwidth=0.5];
  21 -- 48 [color=grey, penwidth=0.5];
  21 -- 49 [color=grey, penwidth=0.5];
  21 -- 50 [color=grey, penwidth=0.5];
  21 -- 51 [color=grey, penwidth=0.5];
  21 -- 52 [color=grey, penwidth=0.5];
  21 -- 53 [color=grey, penwidth=0.5];
  21 -- 54 [color=grey, penwidth=0.5];
  21 -- 55 [color=grey, penwidth=0.5];
  21 -- 56 [color=grey, penwidth=0.5];
  21 -- 57 [color=grey, penwidth=0.5];
  21 -- 58 [color=grey, penwidth=0.5];
  21 -- 59 [color=grey, penwidth=0.5];
  21 -- 60 [color=grey, penwidth=0.5];
  21 -- 61 [color=grey, penwidth=0.5];
  21 -- 62 [color=grey, penwidth=0.5];
  21 -- 63 [color=grey, penwidth=0.5];
  22 -- 32 [color=grey, penwidth=0.5];
  22 -- 33 [color=grey, penwidth=0.5];
  22 -- 34 [color=grey, penwidth=0.5];
  22 -- 35 [color=grey, penwidth=0.5];
  22 -- 36 [color=grey, penwidth=0.5];
  22 -- 37 [color=grey, penwidth=0.5];
  22 -- 38 [color=grey, penwidth=0.5];
  22 -- 39 [color=grey, penwidth=0.5];
  22 -- 40 [color=grey, penwidth=0.5];
  22 -- 41 [color=grey, penwidth=0.5];
  22 -- 42 [color=grey, penwidth=0.5];
  22 -- 43 [color=grey, penwidth=0.5];
  22 -- 44 [color=grey, penwidth=0.5];
  22 -- 45 [color=grey, penwidth=0.5];
  22 -- 46 [color=grey, penwidth=0.5];
  22 -- 47 [color=grey, penwidth=0.5];
  22 -- 48 [color=grey, penwidth=0.5];
  22 -- 49 [color=grey, penwidth=0.5];
  22 -- 50 [color=grey, penwidth=0.5];
  22 -- 51 [color=grey, penwidth=0.5];
  22 -- 52 [color=grey, penwidth=0.5];
  22 -- 53 [color=grey, penwidth=0.5];
  22 -- 54 [color=grey, penwidth=0.5];
  22 -- 55 [color=grey, penwidth=0.5];
  22 -- 56 [color=grey, penwidth=0.5];
  22 -- 57 [color=grey, penwidth=0.5];
  22 -- 58 [color=grey, penwidth=0.5];
  22 -- 59 [color=grey, penwidth=0.5];
  22 -- 60 [color=grey, penwidth=0.5];
  22 -- 61 [color=grey, penwidth=0.5];
  22 -- 62 [color=grey, penwidth=0.5];
  22 -- 63 [color=grey, penwidth=0.5];
  23 -- 32 [color=grey, penwidth=0.5];
  23 -- 33 [color=grey, penwidth=0.5];
  23 -- 34 [color=grey, penwidth=0.5];
  23 -- 35 [color=grey, penwidth=0.5];
  23 -- 36 [color=grey, penwidth=0.5];
  23 -- 37 [color=grey, penwidth=0.5];
  23 -- 38 [color=grey, penwidth=0.5];
  23 -- 39 [color=grey, penwidth=0.5];
  23 -- 40 [color=grey, penwidth=0.5];
  23 -- 41 [color=grey, penwidth=0.5];
  23 -- 42 [color=grey, penwidth=0.5];
  23 -- 43 [color=grey, penwidth=0.5];
  23 -- 44 [color=grey, penwidth=0.5];
  23 -- 45 [color=grey, penwidth=0.5];
  23 -- 46 [color=grey, penwidth=0.5];
  23 -- 47 [color=grey, penwidth=0.5];
  23 -- 48 [color=grey, penwidth=0.5];
  23 -- 49 [color=grey, penwidth=0.5];
  23 -- 50 [color=grey, penwidth=0.5];
  23 -- 51 [color=grey, penwidth=0.5];
  23 -- 52 [color=grey, penwidth=0.5];
  23 -- 53 [color=grey, penwidth=0.5];
  23 -- 54 [color=grey, penwidth=0.5];
  23 -- 55 [color=grey, penwidth=0.5];
  23 -- 56 [color=grey, penwidth=0.5];
  23 -- 57 [color=grey, penwidth=0.5];
  23 -- 58 [color=grey, penwidth=0.5];
  23 -- 59 [color=grey, penwidth=0.5];
  23 -- 60 [color=grey, penwidth=0.5];
  23 -- 61 [color=grey, penwidth=0.5];
  23 -- 62 [color=grey, penwidth=0.5];
  23 -- 63 [color=grey, penwidth=0.5];
  24 -- 32 [color=grey, penwidth=0.5];
  24 -- 33 [color=grey, penwidth=0.5];
  24 -- 34 [color=grey, penwidth=0.5];
  24 -- 35 [color=grey, penwidth=0.5];
  24 -- 36 [color=grey, penwidth=0.5];
  24 -- 37 [color=grey, penwidth=0.5];
  24 -- 38 [color=grey, penwidth=0.5];
  24 -- 39 [color=grey, penwidth=0.5];
  24 -- 40 [color=grey, penwidth=0.5];
  24 -- 41 [color=grey, penwidth=0.5];
  24 -- 42 [color=grey, penwidth=0.5];
  24 -- 43 [color=grey, penwidth=0.5];
  24 -- 44 [color=grey, penwidth=0.5];
  24 -- 45 [color=grey, penwidth=0.5];
  24 -- 46 [color=grey, penwidth=0.5];
  24 -- 47 [color=grey, penwidth=0.5];
  24 -- 48 [color=grey, penwidth=0.5];
  24 -- 49 [color=grey, penwidth=0.5];
  24 -- 50 [color=grey, penwidth=0.5];
  24 -- 51 [color=grey, penwidth=0.5];
  24 -- 52 [color=grey, penwidth=0.5];
  24 -- 53 [color=grey, penwidth=0.5];
  24 -- 54 [color=grey, penwidth=0.5];
  24 -- 55 [color=grey, penwidth=0.5];
  24 -- 56 [color=grey, penwidth=0.5];
  24 -- 57 [color=grey, penwidth=0.5];
  24 -- 58 [color=grey, penwidth=0.5];
  24 -- 59 [color=grey, penwidth=0.5];
  24 -- 60 [color=grey, penwidth=0.5];
  24 -- 61 [color=grey, penwidth=0.5];
  24 -- 62 [color=grey, penwidth=0.5];
  24 -- 63 [color=grey, penwidth=0.5];
  25 -- 32 [color=grey, penwidth=0.5];
  25 -- 33 [color=grey, penwidth=0.5];
  25 -- 34 [color=grey, penwidth=0.5];
  25 -- 35 [color=grey, penwidth=0.5];
  25 -- 36 [color=grey, penwidth=0.5];
  25 -- 37 [color=grey, penwidth=0.5];
  25 -- 38 [color=grey, penwidth=0.5];
  25 -- 39 [color=grey, penwidth=0.5];
  25 -- 40 [color=grey, penwidth=0.5];
  25 -- 41 [color=grey, penwidth=0.5];
  25 -- 42 [color=grey, penwidth=0.5];
  25 -- 43 [color=grey, penwidth=0.5];
  25 -- 44 [color=grey, penwidth=0.5];
  25 -- 45 [color=grey, penwidth=0.5];
  25 -- 46 [color=grey, penwidth=0.5];
  25 -- 47 [color=grey, penwidth=0.5];
  25 -- 48 [color=grey, penwidth=0.5];
  25 -- 49 [color=grey, penwidth=0.5];
  25 -- 50 [color=grey, penwidth=0.5];
  25 -- 51 [color=grey, penwidth=0.5];
  25 -- 52 [color=grey, penwidth=0.5];
  25 -- 53 [color=grey, penwidth=0.5];
  25 -- 54 [color=grey, penwidth=0.5];
  25 -- 55 [color=grey, penwidth=0.5];
  25 -- 56 [color=grey, penwidth=0.5];
  25 -- 57 [color=grey, penwidth=0.5];
  25 -- 58 [color=grey, penwidth=0.5];
  25 -- 59 [color=grey, penwidth=0.5];
  25 -- 60 [color=grey, penwidth=0.5];
  25 -- 61 [color=grey, penwidth=0.5];
  25 -- 62 [color=grey, penwidth=0.5];
  25 -- 63 [color=grey, penwidth=0.5];
  26 -- 32 [color=grey, penwidth=0.5];
  26 -- 33 [color=grey, penwidth=0.5];
  26 -- 34 [color=grey, penwidth=0.5];
  26 -- 35 [color=grey, penwidth=0.5];
  26 -- 36 [color=grey, penwidth=0.5];
  26 -- 37 [color=grey, penwidth=0.5];
  26 -- 38 [color=grey, penwidth=0.5];
  26 -- 39 [color=grey, penwidth=0.5];
  26 -- 40 [color=grey, penwidth=0.5];
  26 -- 41 [color=grey, penwidth=0.5];
  26 -- 42 [color=grey, penwidth=0.5];
  26 -- 43 [color=grey, penwidth=0.5];
  26 -- 44 [color=grey, penwidth=0.5];
  26 -- 45 [color=grey, penwidth=0.5];
  26 -- 46 [color=grey, penwidth=0.5];
  26 -- 47 [color=grey, penwidth=0.5];
  26 -- 48 [color=grey, penwidth=0.5];
  26 -- 49 [color=grey, penwidth=0.5];
  26 -- 50 [color=grey, penwidth=0.5];
  26 -- 51 [color=grey, penwidth=0.5];
  26 -- 52 [color=grey, penwidth=0.5];
  26 -- 53 [color=grey, penwidth=0.5];
  26 -- 54 [color=grey, penwidth=0.5];
  26 -- 55 [color=grey, penwidth=0.5];
  26 -- 56 [color=grey, penwidth=0.5];
  26 -- 57 [color=grey, penwidth=0.5];
  26 -- 58 [color=grey, penwidth=0.5];
  26 -- 59 [color=grey, penwidth=0.5];
  26 -- 60 [color=grey, penwidth=0.5];
  26 -- 61 [color=grey, penwidth=0.5];
  26 -- 62 [color=grey, penwidth=0.5];
  26 -- 63 [color=grey, penwidth=0.5];
  27 -- 32 [color=grey, penwidth=0.5];
  27 -- 33 [color=grey, penwidth=0.5];
  27 -- 34 [color=grey, penwidth=0.5];
  27 -- 35 [color=grey, penwidth=0.5];
  27 -- 36 [color=grey, penwidth=0.5];
  27 -- 37 [color=grey, penwidth=0.5];
  27 -- 38 [color=grey, penwidth=0.5];
  27 -- 39 [color=grey, penwidth=0.5];
  27 -- 40 [color=grey, penwidth=0.5];
  27 -- 41 [color=grey, penwidth=0.5];
  27 -- 42 [color=grey, penwidth=0.5];
  27 -- 43 [color=grey, penwidth=0.5];
  27 -- 44 [color=grey, penwidth=0.5];
  27 -- 45 [color=grey, penwidth=0.5];
  27 -- 46 [color=grey, penwidth=0.5];
  27 -- 47 [color=grey, penwidth=0.5];
  27 -- 48 [color=grey, penwidth=0.5];
  27 -- 49 [color=grey, penwidth=0.5];
  27 -- 50 [color=grey, penwidth=0.5];
  27 -- 51 [color=grey, penwidth=0.5];
  27 -- 52 [color=grey, penwidth=0.5];
  27 -- 53 [color=grey, penwidth=0.5];
  27 -- 54 [color=grey, penwidth=0.5];
  27 -- 55 [color=grey, penwidth=0.5];
  27 -- 56 [color=grey, penwidth=0.5];
  27 -- 57 [color=grey, penwidth=0.5];
  27 -- 58 [color=grey, penwidth=0.5];
  27 -- 59 [color=grey, penwidth=0.5];
  27 -- 60 [color=grey, penwidth=0.5];
  27 -- 61 [color=grey, penwidth=0.5];
  27 -- 62 [color=grey, penwidth=0.5];
  27 -- 63 [color=grey, penwidth=0.5];
  28 -- 32 [color=grey, penwidth=0.5];
  28 -- 33 [color=grey, penwidth=0.5];
  28 -- 34 [color=grey, penwidth=0.5];
  28 -- 35 [color=grey, penwidth=0.5];
  28 -- 36 [color=grey, penwidth=0.5];
  28 -- 37 [color=grey, penwidth=0.5];
  28 -- 38 [color=grey, penwidth=0.5];
  28 -- 39 [color=grey, penwidth=0.5];
  28 -- 40 [color=grey, penwidth=0.5];
  28 -- 41 [color=grey, penwidth=0.5];
  28 -- 42 [color=grey, penwidth=0.5];
  28 -- 43 [color=grey, penwidth=0.5];
  28 -- 44 [color=grey, penwidth=0.5];
  28 -- 45 [color=grey, penwidth=0.5];
  28 -- 46 [color=grey, penwidth=0.5];
  28 -- 47 [color=grey, penwidth=0.5];
  28 -- 48 [color=grey, penwidth=0.5];
  28 -- 49 [color=grey, penwidth=0.5];
  28 -- 50 [color=grey, penwidth=0.5];
  28 -- 51 [color=grey, penwidth=0.5];
  28 -- 52 [color=grey, penwidth=0.5];
  28 -- 53 [color=grey, penwidth=0.5];
  28 -- 54 [color=grey, penwidth=0.5];
  28 -- 55 [color=grey, penwidth=0.5];
  28 -- 56 [color=grey, penwidth=0.5];
  28 -- 57 [color=grey, penwidth=0.5];
  28 -- 58 [color=grey, penwidth=0.5];
  28 -- 59 [color=grey, penwidth=0.5];
  28 -- 60 [color=grey, penwidth=0.5];
  28 -- 61 [color=grey, penwidth=0.5];
  28 -- 62 [color=grey, penwidth=0.5];
  28 -- 63 [color=grey, penwidth=0.5];
  29 -- 32 [color=grey, penwidth=0.5];
  29 -- 33 [color=grey, penwidth=0.5];
  29 -- 34 [color=grey, penwidth=0.5];
  29 -- 35 [color=grey, penwidth=0.5];
  29 -- 36 [color=grey, penwidth=0.5];
  29 -- 37 [color=grey, penwidth=0.5];
  29 -- 38 [color=grey, penwidth=0.5];
  29 -- 39 [color=grey, penwidth=0.5];
  29 -- 40 [color=grey, penwidth=0.5];
  29 -- 41 [color=grey, penwidth=0.5];
  29 -- 42 [color=grey, penwidth=0.5];
  29 -- 43 [color=grey, penwidth=0.5];
  29 -- 44 [color=grey, penwidth=0.5];
  29 -- 45 [color=grey, penwidth=0.5];
  29 -- 46 [color=grey, penwidth=0.5];
  29 -- 47 [color=grey, penwidth=0.5];
  29 -- 48 [color=grey, penwidth=0.5];
  29 -- 49 [color=grey, penwidth=0.5];
  29 -- 50 [color=grey, penwidth=0.5];
  29 -- 51 [color=grey, penwidth=0.5];
  29 -- 52 [color=grey, penwidth=0.5];
  29 -- 53 [color=grey, penwidth=0.5];
  29 -- 54 [color=grey, penwidth=0.5];
  29 -- 55 [color=grey, penwidth=0.5];
  29 -- 56 [color=grey, penwidth=0.5];
  29 -- 57 [color=grey, penwidth=0.5];
  29 -- 58 [color=grey, penwidth=0.5];
  29 -- 59 [color=grey, penwidth=0.5];
  29 -- 60 [color=grey, penwidth=0.5];
  29 -- 61 [color=grey, penwidth=0.5];
  29 -- 62 [color=grey, penwidth=0.5];
  29 -- 63 [color=grey, penwidth=0.5];
  30 -- 32 [color=grey, penwidth=0.5];
  30 -- 33 [color=grey, penwidth=0.5];
  30 -- 34 [color=grey, penwidth=0.5];
  30 -- 35 [color=grey, penwidth=0.5];
  30 -- 36 [color=grey, penwidth=0.5];
  30 -- 37 [color=grey, penwidth=0.5];
  30 -- 38 [color=grey, penwidth=0.5];
  30 -- 39 [color=grey, penwidth=0.5];
  30 -- 40 [color=grey, penwidth=0.5];
  30 -- 41 [color=grey, penwidth=0.5];
  30 -- 42 [color=grey, penwidth=0.5];
  30 -- 43 [color=grey, penwidth=0.5];
  30 -- 44 [color=grey, penwidth=0.5];
  30 -- 45 [color=grey, penwidth=0.5];
  30 -- 46 [color=grey, penwidth=0.5];
  30 -- 47 [color=grey, penwidth=0.5];
  30 -- 48 [color=grey, penwidth=0.5];
  30 -- 49 [color=grey, penwidth=0.5];
  30 -- 50 [color=grey, penwidth=0.5];
  30 -- 51 [color=grey, penwidth=0.5];
  30 -- 52 [color=grey, penwidth=0.5];
  30 -- 53 [color=grey, penwidth=0.5];
  30 -- 54 [color=grey, penwidth=0.5];
  30 -- 55 [color=grey, penwidth=0.5];
  30 -- 56 [color=grey, penwidth=0.5];
  30 -- 57 [color=grey, penwidth=0.5];
  30 -- 58 [color=grey, penwidth=0.5];
  30 -- 59 [color=grey, penwidth=0.5];
  30 -- 60 [color=grey, penwidth=0.5];
  30 -- 61 [color=grey, penwidth=0.5];
  30 -- 62 [color=grey, penwidth=0.5];
  30 -- 63 [color=grey, penwidth=0.5];
  31 -- 32 [color=grey, penwidth=0.5];
  31 -- 33 [color=grey, penwidth=0.5];
  31 -- 34 [color=grey, penwidth=0.5];
  31 -- 35 [color=grey, penwidth=0.5];
  31 -- 36 [color=grey, penwidth=0.5];
  31 -- 37 [color=grey, penwidth=0.5];
  31 -- 38 [color=grey, penwidth=0.5];
  31 -- 39 [color=grey, penwidth=0.5];
  31 -- 40 [color=grey, penwidth=0.5];
  31 -- 41 [color=grey, penwidth=0.5];
  31 -- 42 [color=grey, penwidth=0.5];
  31 -- 43 [color=grey, penwidth=0.5];
  31 -- 44 [color=grey, penwidth=0.5];
  31 -- 45 [color=grey, penwidth=0.5];
  31 -- 46 [color=grey, penwidth=0.5];
  31 -- 47 [color=grey, penwidth=0.5];
  31 -- 48 [color=grey, penwidth=0.5];
  31 -- 49 [color=grey, penwidth=0.5];
  31 -- 50 [color=grey, penwidth=0.5];
  31 -- 51 [color=grey, penwidth=0.5];
  31 -- 52 [color=grey, penwidth=0.5];
  31 -- 53 [color=grey, penwidth=0.5];
  31 -- 54 [color=grey, penwidth=0.5];
  31 -- 55 [color=grey, penwidth=0.5];
  31 -- 56 [color=grey, penwidth=0.5];
  31 -- 57 [color=grey, penwidth=0.5];
  31 -- 58 [color=grey, penwidth=0.5];
  31 -- 59 [color=grey, penwidth=0.5];
  31 -- 60 [color=grey, penwidth=0.5];
  31 -- 61 [color=grey, penwidth=0.5];
  31 -- 62 [color=grey, penwidth=0.5];
  31 -- 63 [color=grey, penwidth=0.5];
  33 -- 34 [color=red, penwidth=3.0, label=" FRAUD"];
  33 -- 35 [color=red, penwidth=3.0, label=" FRAUD"];
  34 -- 35 [color=red, penwidth=3.0, label=" FRAUD"];
}
